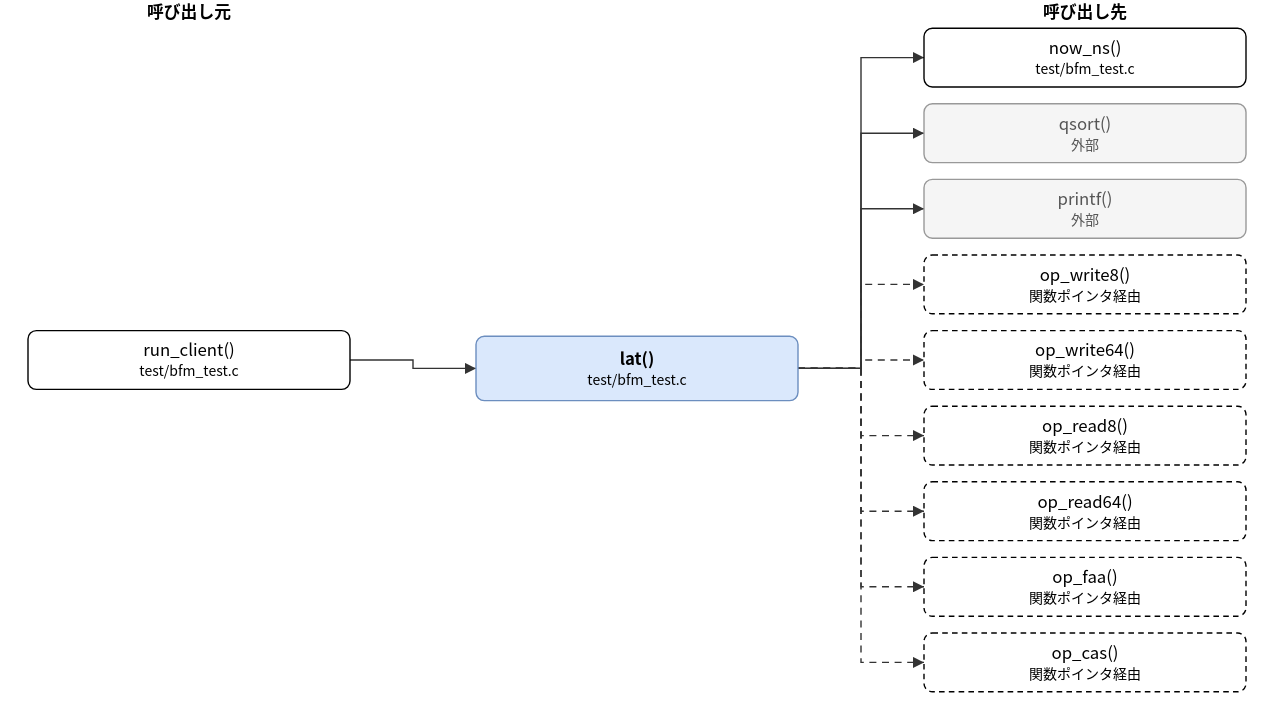
The draw.io diagram doc/spec/images/call_test_bfm_test-lat.drawio.svg in hf355051012-ai/bfmem, before a commit. Source tidied: cells renumbered, new cells last; positions are measured from the earlier drawing's top-left corner, leaving out a move shared by most shapes.
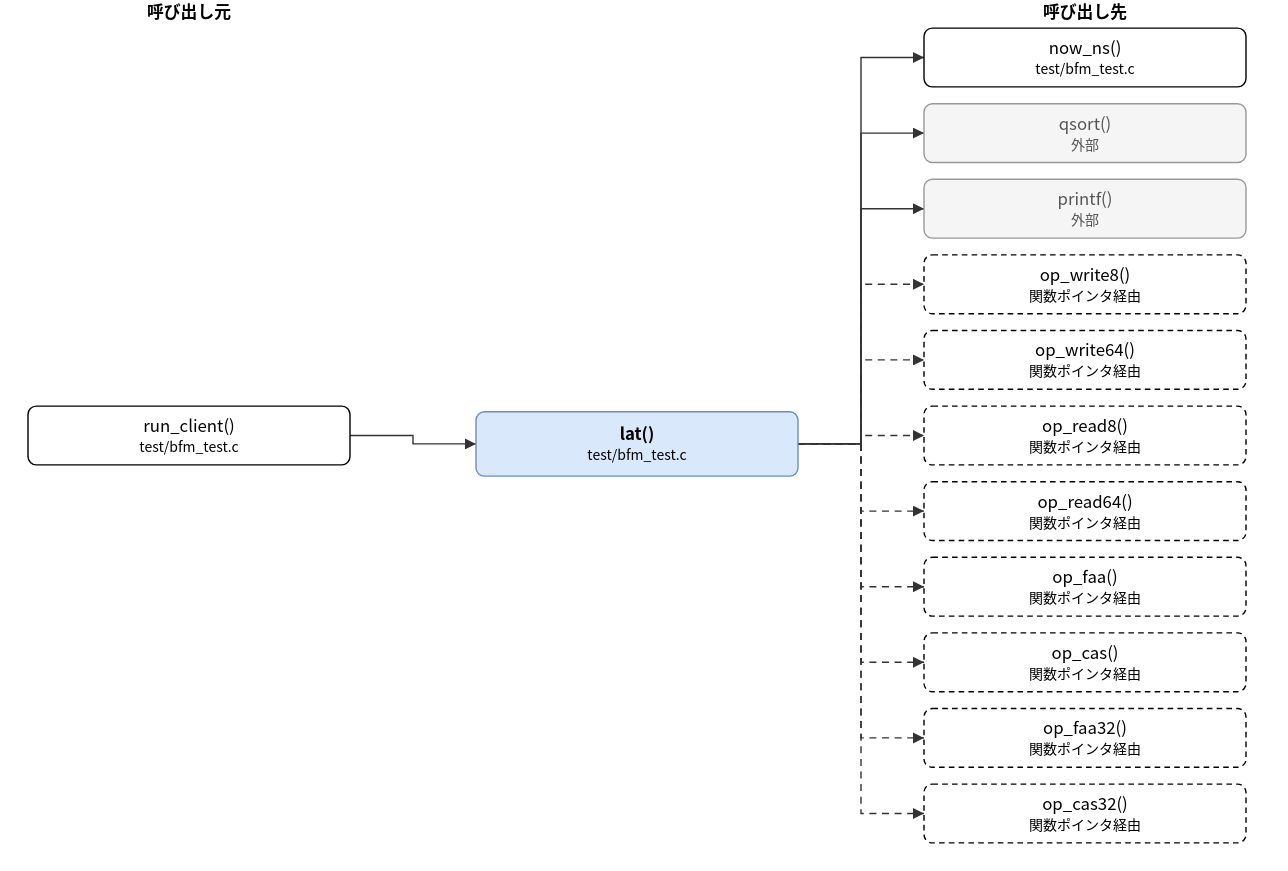
Above is the later version.

What changed in the source:
```diff
@@ -3,10 +3,10 @@
     <mxCell id="0" />
     <mxCell id="1" parent="0" />
     <mxCell id="2" value="lat()&lt;br&gt;&lt;font style=&quot;font-size:10px&quot;&gt;test/bfm_test.c&lt;/font&gt;" style="rounded=1;whiteSpace=wrap;html=1;fillColor=#dae8fc;strokeColor=#6c8ebf;fontStyle=1;" parent="1" vertex="1">
-      <mxGeometry x="320" y="240" width="230" height="46" as="geometry" />
+      <mxGeometry x="320" y="294" width="230" height="46" as="geometry" />
     </mxCell>
     <mxCell id="3" value="run_client()&lt;br&gt;&lt;font style=&quot;font-size:10px&quot;&gt;test/bfm_test.c&lt;/font&gt;" style="rounded=1;whiteSpace=wrap;html=1;" parent="1" vertex="1">
-      <mxGeometry y="236" width="230" height="42" as="geometry" />
+      <mxGeometry y="290" width="230" height="42" as="geometry" />
     </mxCell>
     <mxCell id="4" value="now_ns()&lt;br&gt;&lt;font style=&quot;font-size:10px&quot;&gt;test/bfm_test.c&lt;/font&gt;" style="rounded=1;whiteSpace=wrap;html=1;" parent="1" vertex="1">
       <mxGeometry x="640" y="20" width="230" height="42" as="geometry" />
@@ -35,18 +35,24 @@
     <mxCell id="12" value="op_cas()&lt;br&gt;&lt;font style=&quot;font-size:10px&quot;&gt;関数ポインタ経由&lt;/font&gt;" style="rounded=1;whiteSpace=wrap;html=1;dashed=1;" parent="1" vertex="1">
       <mxGeometry x="640" y="452" width="230" height="42" as="geometry" />
     </mxCell>
+    <mxCell id="25" value="op_faa32()&lt;br&gt;&lt;font style=&quot;font-size:10px&quot;&gt;関数ポインタ経由&lt;/font&gt;" style="rounded=1;whiteSpace=wrap;html=1;dashed=1;" parent="1" vertex="1">
+      <mxGeometry x="640" y="506" width="230" height="42" as="geometry" />
+    </mxCell>
+    <mxCell id="26" value="op_cas32()&lt;br&gt;&lt;font style=&quot;font-size:10px&quot;&gt;関数ポインタ経由&lt;/font&gt;" style="rounded=1;whiteSpace=wrap;html=1;dashed=1;" parent="1" vertex="1">
+      <mxGeometry x="640" y="560" width="230" height="42" as="geometry" />
+    </mxCell>
     <mxCell id="13" style="edgeStyle=none;html=1;rounded=0;endArrow=block;endFill=1;exitX=1.0000;exitY=0.5000;exitDx=0;exitDy=0;exitPerimeter=0;entryX=0.0000;entryY=0.5000;entryDx=0;entryDy=0;entryPerimeter=0;" parent="1" edge="1" source="3" target="2">
       <mxGeometry relative="1" as="geometry">
         <Array as="points">
-          <mxPoint x="275" y="257" />
-          <mxPoint x="275" y="263" />
+          <mxPoint x="275" y="311" />
+          <mxPoint x="275" y="317" />
         </Array>
       </mxGeometry>
     </mxCell>
     <mxCell id="14" style="edgeStyle=none;html=1;rounded=0;endArrow=block;endFill=1;exitX=1.0000;exitY=0.5000;exitDx=0;exitDy=0;exitPerimeter=0;entryX=0.0000;entryY=0.5000;entryDx=0;entryDy=0;entryPerimeter=0;" parent="1" edge="1" source="2" target="4">
       <mxGeometry relative="1" as="geometry">
         <Array as="points">
-          <mxPoint x="595" y="263" />
+          <mxPoint x="595" y="317" />
           <mxPoint x="595" y="41" />
         </Array>
       </mxGeometry>
@@ -54,7 +60,7 @@
     <mxCell id="15" style="edgeStyle=none;html=1;rounded=0;endArrow=block;endFill=1;exitX=1.0000;exitY=0.5000;exitDx=0;exitDy=0;exitPerimeter=0;entryX=0.0000;entryY=0.5000;entryDx=0;entryDy=0;entryPerimeter=0;" parent="1" edge="1" source="2" target="5">
       <mxGeometry relative="1" as="geometry">
         <Array as="points">
-          <mxPoint x="595" y="263" />
+          <mxPoint x="595" y="317" />
           <mxPoint x="595" y="95" />
         </Array>
       </mxGeometry>
@@ -62,7 +68,7 @@
     <mxCell id="16" style="edgeStyle=none;html=1;rounded=0;endArrow=block;endFill=1;exitX=1.0000;exitY=0.5000;exitDx=0;exitDy=0;exitPerimeter=0;entryX=0.0000;entryY=0.5000;entryDx=0;entryDy=0;entryPerimeter=0;" parent="1" edge="1" source="2" target="6">
       <mxGeometry relative="1" as="geometry">
         <Array as="points">
-          <mxPoint x="595" y="263" />
+          <mxPoint x="595" y="317" />
           <mxPoint x="595" y="149" />
         </Array>
       </mxGeometry>
@@ -70,7 +76,7 @@
     <mxCell id="17" style="edgeStyle=none;html=1;rounded=0;endArrow=block;endFill=1;exitX=1.0000;exitY=0.5000;exitDx=0;exitDy=0;exitPerimeter=0;entryX=0.0000;entryY=0.5000;entryDx=0;entryDy=0;entryPerimeter=0;dashed=1;" parent="1" edge="1" source="2" target="7">
       <mxGeometry relative="1" as="geometry">
         <Array as="points">
-          <mxPoint x="595" y="263" />
+          <mxPoint x="595" y="317" />
           <mxPoint x="595" y="203" />
         </Array>
       </mxGeometry>
@@ -78,7 +84,7 @@
     <mxCell id="18" style="edgeStyle=none;html=1;rounded=0;endArrow=block;endFill=1;exitX=1.0000;exitY=0.5000;exitDx=0;exitDy=0;exitPerimeter=0;entryX=0.0000;entryY=0.5000;entryDx=0;entryDy=0;entryPerimeter=0;dashed=1;" parent="1" edge="1" source="2" target="8">
       <mxGeometry relative="1" as="geometry">
         <Array as="points">
-          <mxPoint x="595" y="263" />
+          <mxPoint x="595" y="317" />
           <mxPoint x="595" y="257" />
         </Array>
       </mxGeometry>
@@ -86,7 +92,7 @@
     <mxCell id="19" style="edgeStyle=none;html=1;rounded=0;endArrow=block;endFill=1;exitX=1.0000;exitY=0.5000;exitDx=0;exitDy=0;exitPerimeter=0;entryX=0.0000;entryY=0.5000;entryDx=0;entryDy=0;entryPerimeter=0;dashed=1;" parent="1" edge="1" source="2" target="9">
       <mxGeometry relative="1" as="geometry">
         <Array as="points">
-          <mxPoint x="595" y="263" />
+          <mxPoint x="595" y="317" />
           <mxPoint x="595" y="311" />
         </Array>
       </mxGeometry>
@@ -94,7 +100,7 @@
     <mxCell id="20" style="edgeStyle=none;html=1;rounded=0;endArrow=block;endFill=1;exitX=1.0000;exitY=0.5000;exitDx=0;exitDy=0;exitPerimeter=0;entryX=0.0000;entryY=0.5000;entryDx=0;entryDy=0;entryPerimeter=0;dashed=1;" parent="1" edge="1" source="2" target="10">
       <mxGeometry relative="1" as="geometry">
         <Array as="points">
-          <mxPoint x="595" y="263" />
+          <mxPoint x="595" y="317" />
           <mxPoint x="595" y="365" />
         </Array>
       </mxGeometry>
@@ -102,7 +108,7 @@
     <mxCell id="21" style="edgeStyle=none;html=1;rounded=0;endArrow=block;endFill=1;exitX=1.0000;exitY=0.5000;exitDx=0;exitDy=0;exitPerimeter=0;entryX=0.0000;entryY=0.5000;entryDx=0;entryDy=0;entryPerimeter=0;dashed=1;" parent="1" edge="1" source="2" target="11">
       <mxGeometry relative="1" as="geometry">
         <Array as="points">
-          <mxPoint x="595" y="263" />
+          <mxPoint x="595" y="317" />
           <mxPoint x="595" y="419" />
         </Array>
       </mxGeometry>
@@ -110,11 +116,27 @@
     <mxCell id="22" style="edgeStyle=none;html=1;rounded=0;endArrow=block;endFill=1;exitX=1.0000;exitY=0.5000;exitDx=0;exitDy=0;exitPerimeter=0;entryX=0.0000;entryY=0.5000;entryDx=0;entryDy=0;entryPerimeter=0;dashed=1;" parent="1" edge="1" source="2" target="12">
       <mxGeometry relative="1" as="geometry">
         <Array as="points">
-          <mxPoint x="595" y="263" />
+          <mxPoint x="595" y="317" />
           <mxPoint x="595" y="473" />
         </Array>
       </mxGeometry>
     </mxCell>
+    <mxCell id="27" style="edgeStyle=none;html=1;rounded=0;endArrow=block;endFill=1;exitX=1.0000;exitY=0.5000;exitDx=0;exitDy=0;exitPerimeter=0;entryX=0.0000;entryY=0.5000;entryDx=0;entryDy=0;entryPerimeter=0;dashed=1;" parent="1" edge="1" source="2" target="25">
+      <mxGeometry relative="1" as="geometry">
+        <Array as="points">
+          <mxPoint x="595" y="317" />
+          <mxPoint x="595" y="527" />
+        </Array>
+      </mxGeometry>
+    </mxCell>
+    <mxCell id="28" style="edgeStyle=none;html=1;rounded=0;endArrow=block;endFill=1;exitX=1.0000;exitY=0.5000;exitDx=0;exitDy=0;exitPerimeter=0;entryX=0.0000;entryY=0.5000;entryDx=0;entryDy=0;entryPerimeter=0;dashed=1;" parent="1" edge="1" source="2" target="26">
+      <mxGeometry relative="1" as="geometry">
+        <Array as="points">
+          <mxPoint x="595" y="317" />
+          <mxPoint x="595" y="581" />
+        </Array>
+      </mxGeometry>
+    </mxCell>
     <mxCell id="23" value="呼び出し元" style="text;html=1;align=center;fontStyle=1;" parent="1" vertex="1">
       <mxGeometry x="35" width="160" height="18" as="geometry" />
     </mxCell>
```
